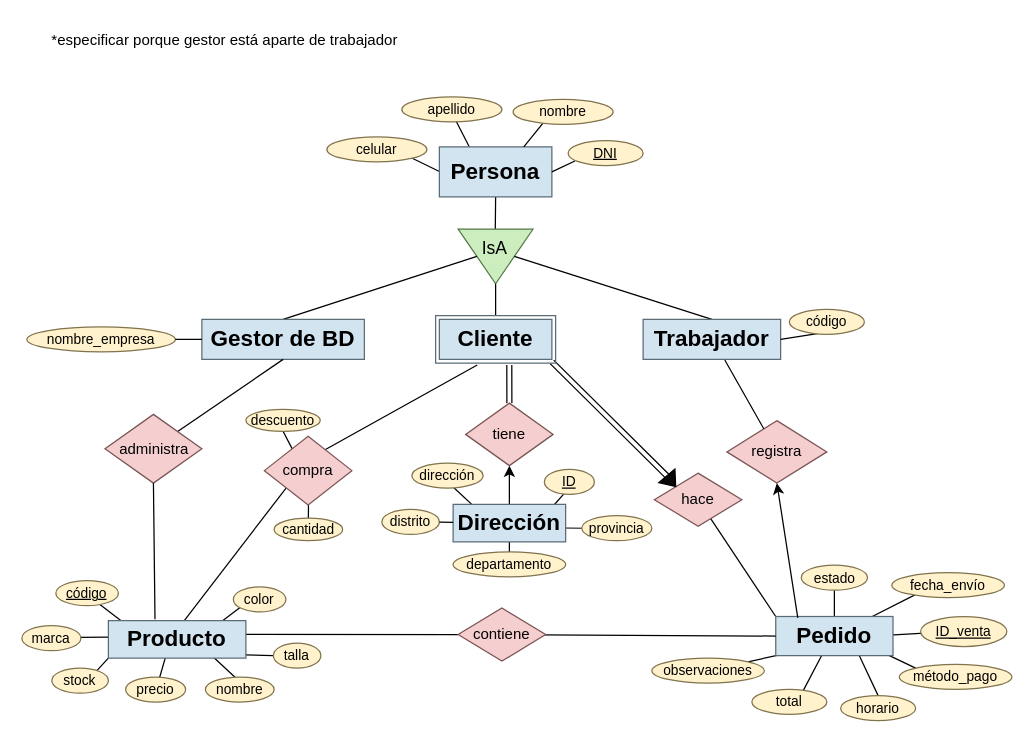
This is Diagrama sin título.drawio from flaqq0/yoc, a draw.io file, before an edit. Source tidied: cells renumbered, new cells numbered last; positions are measured from the earlier drawing's top-left corner, leaving out a move shared by most shapes. Both pictures are drawn from the tidied source at 125%, with x=0, y=0 at pixel (21, 21).
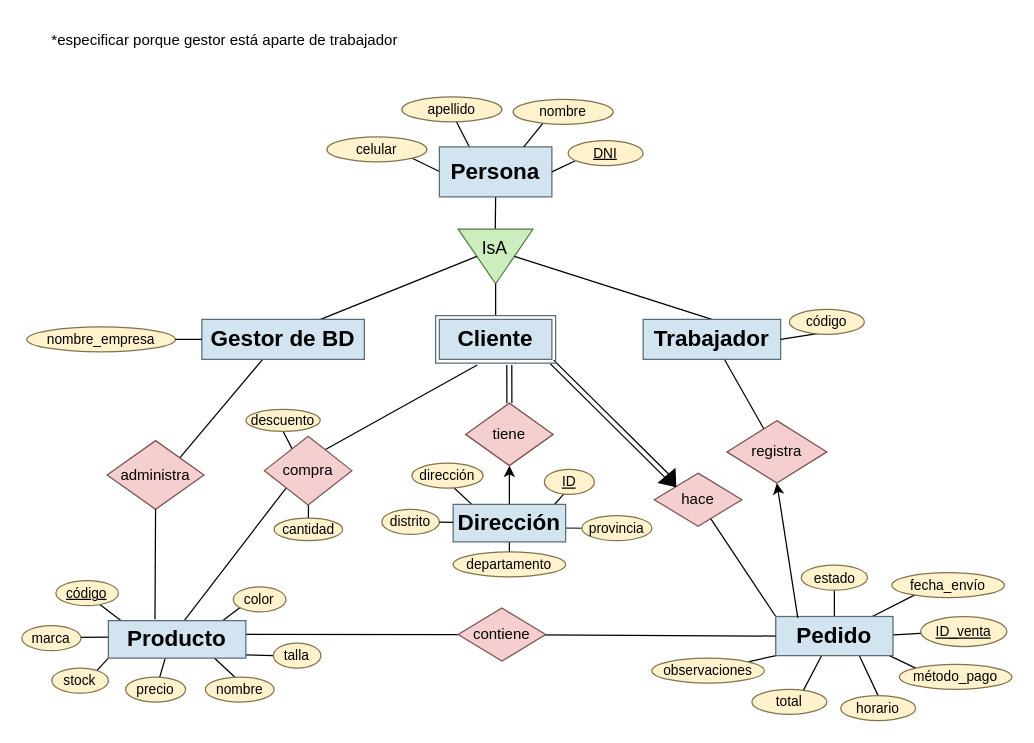
After the change.

The change refers to these unchanged cells:
```xml
<mxCell id="37" style="triangle;whiteSpace=wrap;html=1;rotation=90;fillColor=#ccedbe;strokeColor=#557748;" parent="1" vertex="1">
  <mxGeometry x="357.1" y="157.6" width="43.8" height="60" as="geometry" />
</mxCell>
<mxCell id="42" value="&lt;font style=&quot;font-size: 18px;&quot;&gt;&lt;b&gt;Gestor de BD&lt;/b&gt;&lt;/font&gt;" style="rounded=0;whiteSpace=wrap;html=1;fillColor=#d2e4f0;strokeColor=#5a6c78;shadow=0;" parent="1" vertex="1">
  <mxGeometry x="144" y="238" width="130" height="32" as="geometry" />
</mxCell>
```

What changed in the source:
```diff
@@
+    <mxCell id="44" style="endArrow=none;html=1;rounded=0;exitX=1;exitY=0;exitDx=0;exitDy=0;entryX=0.4;entryY=0.875;entryDx=0;entryDy=0;entryPerimeter=0;" parent="1" edge="1" source="45" target="42">
+      <mxGeometry relative="1" as="geometry" />
+    </mxCell>
@@
-    <mxCell id="40" style="endArrow=none;html=1;rounded=0;entryX=0.5;entryY=1;entryDx=0;entryDy=0;exitX=0.5;exitY=0;exitDx=0;exitDy=0;" parent="1" edge="1" source="42" target="37">
+    <mxCell id="40" style="endArrow=none;html=1;rounded=0;entryX=0.5;entryY=1;entryDx=0;entryDy=0;exitX=0.654;exitY=0.125;exitDx=0;exitDy=0;exitPerimeter=0;" parent="1" edge="1" source="42" target="37">
       <mxGeometry relative="1" as="geometry" />
     </mxCell>
@@
-    <mxCell id="44" style="endArrow=none;html=1;rounded=0;exitX=1;exitY=0;exitDx=0;exitDy=0;entryX=0.5;entryY=1;entryDx=0;entryDy=0;" parent="1" edge="1" source="45" target="42">
-      <mxGeometry relative="1" as="geometry" />
-    </mxCell>
     <mxCell id="45" value="administra" style="rhombus;whiteSpace=wrap;html=1;fillColor=#F5CFCF;strokeColor=#7B5555;" parent="1" vertex="1">
-      <mxGeometry x="66.5" y="314" width="77.5" height="55" as="geometry" />
+      <mxGeometry x="68.2" y="335" width="77.5" height="55" as="geometry" />
     </mxCell>
```
